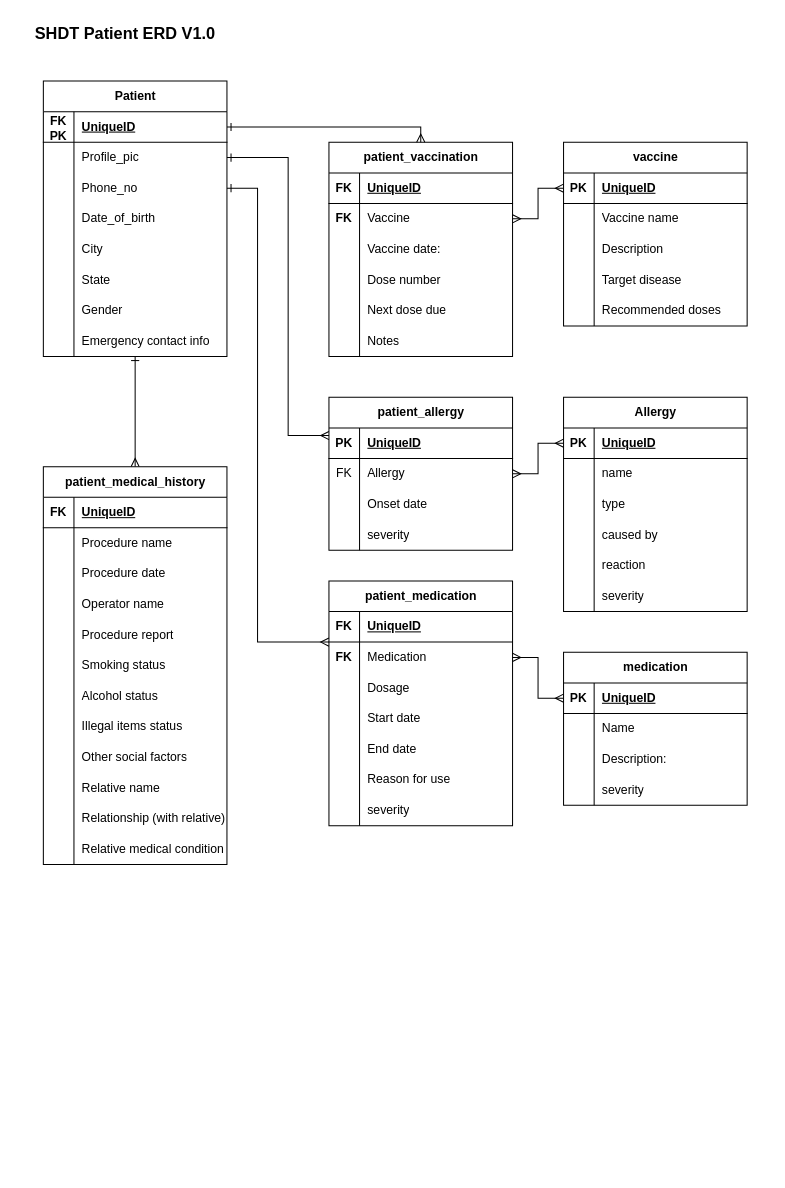
Before: Documentation/Design/user/Patient_ER_Diagram.drawio in adityadorge/Secure-Healthcare-Data-Transfer, a draw.io diagram. Source tidied: cells renumbered, new cells numbered last; positions are measured from the earlier drawing's top-left corner, leaving out a move shared by most shapes. Both pictures are drawn from the tidied source at 102%, with x=0, y=0 at pixel (22, 17).
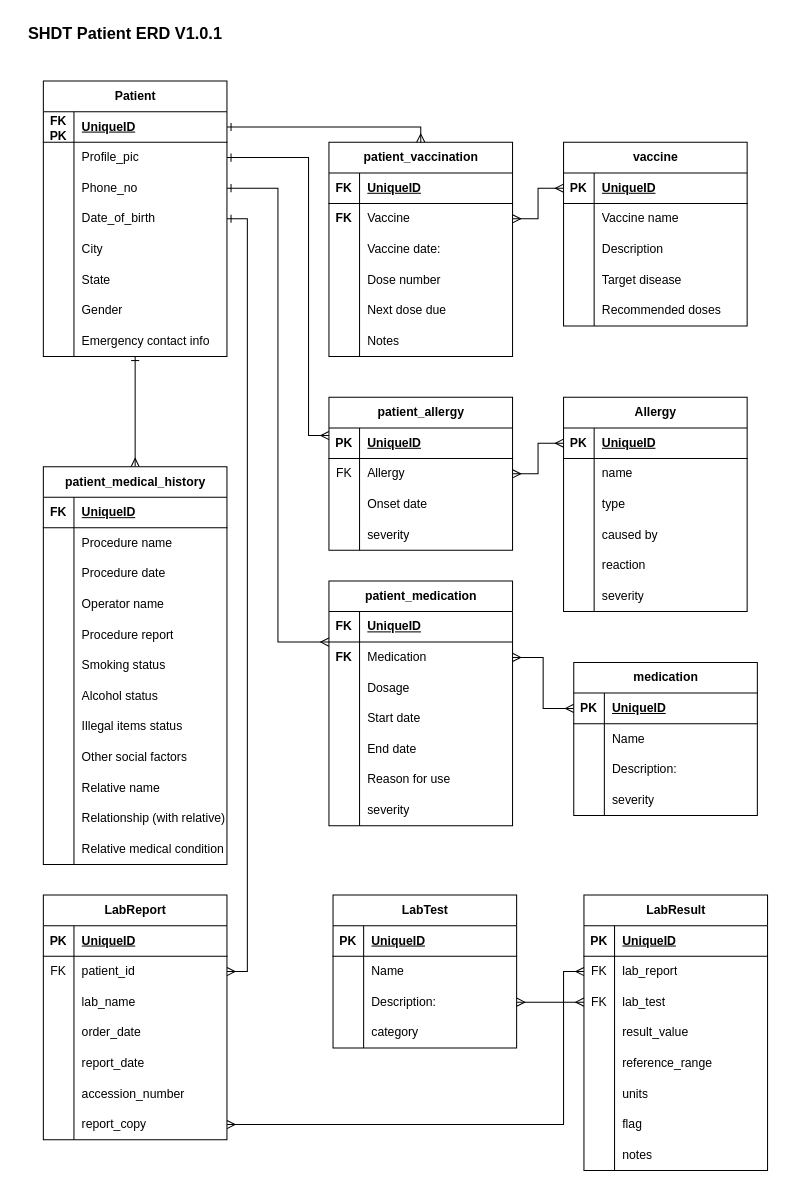
Above is the later version.

Commit message (it also covers changes not shown here):
add lab reports to patient models

Unchanged cells that the change refers to:
```xml
<mxCell id="7" style="shape=tableRow;horizontal=0;startSize=0;swimlaneHead=0;swimlaneBody=0;fillColor=none;points=[[0,0.5],[1,0.5]];portConstraint=eastwest;top=0;left=0;right=0;bottom=0;" parent="3" vertex="1">
  <mxGeometry y="60" width="180" height="30" as="geometry" />
</mxCell>
<mxCell id="10" style="shape=tableRow;horizontal=0;startSize=0;swimlaneHead=0;swimlaneBody=0;fillColor=none;points=[[0,0.5],[1,0.5]];portConstraint=eastwest;top=0;left=0;right=0;bottom=0;" parent="3" vertex="1">
  <mxGeometry y="90" width="180" height="30" as="geometry" />
</mxCell>
<mxCell id="13" style="shape=tableRow;horizontal=0;startSize=0;swimlaneHead=0;swimlaneBody=0;fillColor=none;points=[[0,0.5],[1,0.5]];portConstraint=eastwest;top=0;left=0;right=0;bottom=0;" parent="3" vertex="1">
  <mxGeometry y="120" width="180" height="30" as="geometry" />
</mxCell>
<mxCell id="47" value="patient_medication" style="shape=table;startSize=30;childLayout=tableLayout;rowLines=0;fontStyle=1;align=center;html=1;" parent="1" vertex="1">
  <mxGeometry x="300" y="552" width="180" height="240" as="geometry" />
</mxCell>
<mxCell id="51" style="shape=tableRow;horizontal=0;startSize=0;swimlaneHead=0;swimlaneBody=0;fillColor=none;points=[[0,0.5],[1,0.5]];portConstraint=eastwest;top=0;left=0;right=0;bottom=0;" parent="47" vertex="1">
  <mxGeometry y="60" width="180" height="30" as="geometry" />
</mxCell>
<mxCell id="106" value="patient_allergy" style="shape=table;startSize=30;childLayout=tableLayout;rowLines=0;fontStyle=1;align=center;html=1;" parent="1" vertex="1">
  <mxGeometry x="300" y="372" width="180" height="150" as="geometry" />
</mxCell>
<mxCell id="158" style="shape=tableRow;horizontal=0;startSize=0;swimlaneHead=0;swimlaneBody=0;fillColor=none;points=[[0,0.5],[1,0.5]];portConstraint=eastwest;top=0;left=0;right=0;bottom=1;" parent="157" vertex="1">
  <mxGeometry y="30" width="180" height="30" as="geometry" />
</mxCell>
<mxCell id="164" style="shape=tableRow;horizontal=0;startSize=0;swimlaneHead=0;swimlaneBody=0;fillColor=none;points=[[0,0.5],[1,0.5]];portConstraint=eastwest;top=0;left=0;right=0;bottom=0;" parent="157" vertex="1">
  <mxGeometry y="90" width="180" height="30" as="geometry" />
</mxCell>
<mxCell id="167" style="shape=tableRow;horizontal=0;startSize=0;swimlaneHead=0;swimlaneBody=0;fillColor=none;top=0;left=0;right=0;bottom=0;" parent="157" vertex="1">
  <mxGeometry y="120" width="180" height="30" as="geometry" />
</mxCell>
```

The edit, as a diff of the source:
```diff
@@
     <mxCell id="119" style="edgeStyle=orthogonalEdgeStyle;rounded=0;jettySize=auto;html=1;entryX=0;entryY=0.25;entryDx=0;entryDy=0;startArrow=ERone;startFill=0;endArrow=ERmany;endFill=0;exitX=1;exitY=0.5;exitDx=0;exitDy=0;" parent="1" edge="1" source="10" target="47">
       <mxGeometry relative="1" as="geometry">
         <Array as="points">
-          <mxPoint x="230" y="167" />
-          <mxPoint x="230" y="612" />
+          <mxPoint x="250" y="167" />
+          <mxPoint x="250" y="612" />
         </Array>
       </mxGeometry>
     </mxCell>
@@
     <mxCell id="121" style="edgeStyle=orthogonalEdgeStyle;rounded=0;jettySize=auto;html=1;exitX=1;exitY=0.5;exitDx=0;exitDy=0;entryX=0;entryY=0.25;entryDx=0;entryDy=0;startArrow=ERone;startFill=0;endArrow=ERmany;endFill=0;" parent="1" edge="1" source="7" target="106">
       <mxGeometry relative="1" as="geometry">
         <Array as="points">
-          <mxPoint x="260" y="137" />
-          <mxPoint x="260" y="410" />
-          <mxPoint x="300" y="410" />
+          <mxPoint x="280" y="137" />
+          <mxPoint x="280" y="410" />
         </Array>
       </mxGeometry>
     </mxCell>
@@
-    <mxCell id="157" value="medication" style="shape=table;startSize=30;childLayout=tableLayout;rowLines=0;fontStyle=1;align=center;html=1;" parent="1" vertex="1">
-      <mxGeometry x="530" y="622" width="180" height="150" as="geometry" />
+    <mxCell id="157" value="LabTest" style="shape=table;startSize=30;childLayout=tableLayout;rowLines=0;fontStyle=1;align=center;html=1;" parent="1" vertex="1">
+      <mxGeometry x="304" y="860" width="180" height="150" as="geometry" />
     </mxCell>
@@
-    <mxCell id="169" value="severity" style="shape=partialRectangle;fillColor=none;top=0;left=0;bottom=0;right=0;align=left;spacingLeft=6;overflow=hidden;whiteSpace=wrap;html=1;" parent="167" vertex="1">
+    <mxCell id="169" value="category" style="shape=partialRectangle;fillColor=none;top=0;left=0;bottom=0;right=0;align=left;spacingLeft=6;overflow=hidden;whiteSpace=wrap;html=1;" parent="167" vertex="1">
       <mxGeometry x="30" width="150" height="30" as="geometry" />
     </mxCell>
@@
-    <mxCell id="172" style="edgeStyle=orthogonalEdgeStyle;rounded=0;jettySize=auto;html=1;exitX=1;exitY=0.5;exitDx=0;exitDy=0;entryX=0;entryY=0.5;entryDx=0;entryDy=0;startArrow=ERmany;startFill=0;endArrow=ERmany;endFill=0;" parent="1" edge="1" source="51" target="158">
+    <mxCell id="172" style="edgeStyle=orthogonalEdgeStyle;rounded=0;jettySize=auto;html=1;exitX=1;exitY=0.5;exitDx=0;exitDy=0;startArrow=ERmany;startFill=0;endArrow=ERmany;endFill=0;" parent="1" edge="1" source="51" target="222">
       <mxGeometry relative="1" as="geometry" />
     </mxCell>
-    <mxCell id="173" value="&lt;b&gt;&lt;font style=&quot;font-size: 16px;&quot;&gt;SHDT Patient ERD V1.0&lt;/font&gt;&lt;/b&gt;" style="text;html=1;align=center;verticalAlign=middle;strokeColor=none;fillColor=none;" parent="1" vertex="1">
-      <mxGeometry width="200" height="30" as="geometry" />
+    <mxCell id="173" value="&lt;b&gt;&lt;font style=&quot;font-size: 16px;&quot;&gt;SHDT Patient ERD V1.0.1&lt;/font&gt;&lt;/b&gt;" style="text;html=1;align=center;verticalAlign=middle;strokeColor=none;fillColor=none;" parent="1" vertex="1">
+      <mxGeometry x="-5" width="210" height="30" as="geometry" />
     </mxCell>
+    <mxCell id="174" value="LabReport" style="shape=table;startSize=30;childLayout=tableLayout;rowLines=0;fontStyle=1;align=center;html=1;" parent="1" vertex="1">
+      <mxGeometry x="20" y="860" width="180" height="240" as="geometry" />
+    </mxCell>
+    <mxCell id="175" style="shape=tableRow;horizontal=0;startSize=0;swimlaneHead=0;swimlaneBody=0;fillColor=none;top=0;left=0;right=0;bottom=1;" parent="174" vertex="1">
+      <mxGeometry y="30" width="180" height="30" as="geometry" />
+    </mxCell>
+    <mxCell id="176" value="PK" style="shape=partialRectangle;fillColor=none;top=0;left=0;bottom=0;right=0;fontStyle=1;overflow=hidden;whiteSpace=wrap;html=1;" parent="175" vertex="1">
+      <mxGeometry width="30" height="30" as="geometry" />
+    </mxCell>
+    <mxCell id="177" value="UniqueID" style="shape=partialRectangle;fillColor=none;top=0;left=0;bottom=0;right=0;align=left;spacingLeft=6;fontStyle=5;overflow=hidden;whiteSpace=wrap;html=1;" parent="175" vertex="1">
+      <mxGeometry x="30" width="150" height="30" as="geometry" />
+    </mxCell>
+    <mxCell id="178" style="shape=tableRow;horizontal=0;startSize=0;swimlaneHead=0;swimlaneBody=0;fillColor=none;points=[[0,0.5],[1,0.5]];portConstraint=eastwest;top=0;left=0;right=0;bottom=0;" parent="174" vertex="1">
+      <mxGeometry y="60" width="180" height="30" as="geometry" />
+    </mxCell>
+    <mxCell id="179" value="FK" style="shape=partialRectangle;fillColor=none;top=0;left=0;bottom=0;right=0;overflow=hidden;whiteSpace=wrap;html=1;" parent="178" vertex="1">
+      <mxGeometry width="30" height="30" as="geometry" />
+    </mxCell>
+    <mxCell id="180" value="patient_id" style="shape=partialRectangle;fillColor=none;top=0;left=0;bottom=0;right=0;align=left;spacingLeft=6;overflow=hidden;whiteSpace=wrap;html=1;" parent="178" vertex="1">
+      <mxGeometry x="30" width="150" height="30" as="geometry" />
+    </mxCell>
+    <mxCell id="181" style="shape=tableRow;horizontal=0;startSize=0;swimlaneHead=0;swimlaneBody=0;fillColor=none;top=0;left=0;right=0;bottom=0;" parent="174" vertex="1">
+      <mxGeometry y="90" width="180" height="30" as="geometry" />
+    </mxCell>
+    <mxCell id="182" style="shape=partialRectangle;fillColor=none;top=0;left=0;bottom=0;right=0;overflow=hidden;whiteSpace=wrap;html=1;" parent="181" vertex="1">
+      <mxGeometry width="30" height="30" as="geometry" />
+    </mxCell>
+    <mxCell id="183" value="lab_name" style="shape=partialRectangle;fillColor=none;top=0;left=0;bottom=0;right=0;align=left;spacingLeft=6;overflow=hidden;whiteSpace=wrap;html=1;" parent="181" vertex="1">
+      <mxGeometry x="30" width="150" height="30" as="geometry" />
+    </mxCell>
+    <mxCell id="184" style="shape=tableRow;horizontal=0;startSize=0;swimlaneHead=0;swimlaneBody=0;fillColor=none;top=0;left=0;right=0;bottom=0;" parent="174" vertex="1">
+      <mxGeometry y="120" width="180" height="30" as="geometry" />
+    </mxCell>
+    <mxCell id="185" style="shape=partialRectangle;fillColor=none;top=0;left=0;bottom=0;right=0;overflow=hidden;whiteSpace=wrap;html=1;" parent="184" vertex="1">
+      <mxGeometry width="30" height="30" as="geometry" />
+    </mxCell>
+    <mxCell id="186" value="order_date" style="shape=partialRectangle;fillColor=none;top=0;left=0;bottom=0;right=0;align=left;spacingLeft=6;overflow=hidden;whiteSpace=wrap;html=1;" parent="184" vertex="1">
+      <mxGeometry x="30" width="150" height="30" as="geometry" />
+    </mxCell>
+    <mxCell id="187" style="shape=tableRow;horizontal=0;startSize=0;swimlaneHead=0;swimlaneBody=0;fillColor=none;top=0;left=0;right=0;bottom=0;" parent="174" vertex="1">
+      <mxGeometry y="150" width="180" height="30" as="geometry" />
+    </mxCell>
+    <mxCell id="188" style="shape=partialRectangle;fillColor=none;top=0;left=0;bottom=0;right=0;overflow=hidden;whiteSpace=wrap;html=1;" parent="187" vertex="1">
+      <mxGeometry width="30" height="30" as="geometry" />
+    </mxCell>
+    <mxCell id="189" value="report_date" style="shape=partialRectangle;fillColor=none;top=0;left=0;bottom=0;right=0;align=left;spacingLeft=6;overflow=hidden;whiteSpace=wrap;html=1;" parent="187" vertex="1">
+      <mxGeometry x="30" width="150" height="30" as="geometry" />
+    </mxCell>
+    <mxCell id="190" style="shape=tableRow;horizontal=0;startSize=0;swimlaneHead=0;swimlaneBody=0;fillColor=none;top=0;left=0;right=0;bottom=0;" parent="174" vertex="1">
+      <mxGeometry y="180" width="180" height="30" as="geometry" />
+    </mxCell>
+    <mxCell id="191" style="shape=partialRectangle;fillColor=none;top=0;left=0;bottom=0;right=0;overflow=hidden;whiteSpace=wrap;html=1;" parent="190" vertex="1">
+      <mxGeometry width="30" height="30" as="geometry" />
+    </mxCell>
+    <mxCell id="192" value="accession_number" style="shape=partialRectangle;fillColor=none;top=0;left=0;bottom=0;right=0;align=left;spacingLeft=6;overflow=hidden;whiteSpace=wrap;html=1;" parent="190" vertex="1">
+      <mxGeometry x="30" width="150" height="30" as="geometry" />
+    </mxCell>
+    <mxCell id="193" style="shape=tableRow;horizontal=0;startSize=0;swimlaneHead=0;swimlaneBody=0;fillColor=none;points=[[0,0.5],[1,0.5]];portConstraint=eastwest;top=0;left=0;right=0;bottom=0;" parent="174" vertex="1">
+      <mxGeometry y="210" width="180" height="30" as="geometry" />
+    </mxCell>
+    <mxCell id="194" style="shape=partialRectangle;fillColor=none;top=0;left=0;bottom=0;right=0;overflow=hidden;whiteSpace=wrap;html=1;" parent="193" vertex="1">
+      <mxGeometry width="30" height="30" as="geometry" />
+    </mxCell>
+    <mxCell id="195" value="report_copy" style="shape=partialRectangle;fillColor=none;top=0;left=0;bottom=0;right=0;align=left;spacingLeft=6;overflow=hidden;whiteSpace=wrap;html=1;" parent="193" vertex="1">
+      <mxGeometry x="30" width="150" height="30" as="geometry" />
+    </mxCell>
+    <mxCell id="196" value="LabResult" style="shape=table;startSize=30;childLayout=tableLayout;rowLines=0;fontStyle=1;align=center;html=1;" parent="1" vertex="1">
+      <mxGeometry x="550" y="860" width="180" height="270" as="geometry" />
+    </mxCell>
+    <mxCell id="197" style="shape=tableRow;horizontal=0;startSize=0;swimlaneHead=0;swimlaneBody=0;fillColor=none;top=0;left=0;right=0;bottom=1;" parent="196" vertex="1">
+      <mxGeometry y="30" width="180" height="30" as="geometry" />
+    </mxCell>
+    <mxCell id="198" value="PK" style="shape=partialRectangle;fillColor=none;top=0;left=0;bottom=0;right=0;fontStyle=1;overflow=hidden;whiteSpace=wrap;html=1;" parent="197" vertex="1">
+      <mxGeometry width="30" height="30" as="geometry" />
+    </mxCell>
+    <mxCell id="199" value="UniqueID" style="shape=partialRectangle;fillColor=none;top=0;left=0;bottom=0;right=0;align=left;spacingLeft=6;fontStyle=5;overflow=hidden;whiteSpace=wrap;html=1;" parent="197" vertex="1">
+      <mxGeometry x="30" width="150" height="30" as="geometry" />
+    </mxCell>
+    <mxCell id="200" style="shape=tableRow;horizontal=0;startSize=0;swimlaneHead=0;swimlaneBody=0;fillColor=none;points=[[0,0.5],[1,0.5]];portConstraint=eastwest;top=0;left=0;right=0;bottom=0;" parent="196" vertex="1">
+      <mxGeometry y="60" width="180" height="30" as="geometry" />
+    </mxCell>
+    <mxCell id="201" value="FK" style="shape=partialRectangle;fillColor=none;top=0;left=0;bottom=0;right=0;overflow=hidden;whiteSpace=wrap;html=1;" parent="200" vertex="1">
+      <mxGeometry width="30" height="30" as="geometry" />
+    </mxCell>
+    <mxCell id="202" value="lab_report" style="shape=partialRectangle;fillColor=none;top=0;left=0;bottom=0;right=0;align=left;spacingLeft=6;overflow=hidden;whiteSpace=wrap;html=1;" parent="200" vertex="1">
+      <mxGeometry x="30" width="150" height="30" as="geometry" />
+    </mxCell>
+    <mxCell id="203" style="shape=tableRow;horizontal=0;startSize=0;swimlaneHead=0;swimlaneBody=0;fillColor=none;points=[[0,0.5],[1,0.5]];portConstraint=eastwest;top=0;left=0;right=0;bottom=0;" parent="196" vertex="1">
+      <mxGeometry y="90" width="180" height="30" as="geometry" />
+    </mxCell>
+    <mxCell id="204" value="FK" style="shape=partialRectangle;fillColor=none;top=0;left=0;bottom=0;right=0;overflow=hidden;whiteSpace=wrap;html=1;" parent="203" vertex="1">
+      <mxGeometry width="30" height="30" as="geometry" />
+    </mxCell>
+    <mxCell id="205" value="lab_test" style="shape=partialRectangle;fillColor=none;top=0;left=0;bottom=0;right=0;align=left;spacingLeft=6;overflow=hidden;whiteSpace=wrap;html=1;" parent="203" vertex="1">
+      <mxGeometry x="30" width="150" height="30" as="geometry" />
+    </mxCell>
+    <mxCell id="206" style="shape=tableRow;horizontal=0;startSize=0;swimlaneHead=0;swimlaneBody=0;fillColor=none;top=0;left=0;right=0;bottom=0;" parent="196" vertex="1">
+      <mxGeometry y="120" width="180" height="30" as="geometry" />
+    </mxCell>
+    <mxCell id="207" style="shape=partialRectangle;fillColor=none;top=0;left=0;bottom=0;right=0;overflow=hidden;whiteSpace=wrap;html=1;" parent="206" vertex="1">
+      <mxGeometry width="30" height="30" as="geometry" />
+    </mxCell>
+    <mxCell id="208" value="result_value" style="shape=partialRectangle;fillColor=none;top=0;left=0;bottom=0;right=0;align=left;spacingLeft=6;overflow=hidden;whiteSpace=wrap;html=1;" parent="206" vertex="1">
+      <mxGeometry x="30" width="150" height="30" as="geometry" />
+    </mxCell>
+    <mxCell id="209" style="shape=tableRow;horizontal=0;startSize=0;swimlaneHead=0;swimlaneBody=0;fillColor=none;top=0;left=0;right=0;bottom=0;" parent="196" vertex="1">
+      <mxGeometry y="150" width="180" height="30" as="geometry" />
+    </mxCell>
+    <mxCell id="210" style="shape=partialRectangle;fillColor=none;top=0;left=0;bottom=0;right=0;overflow=hidden;whiteSpace=wrap;html=1;" parent="209" vertex="1">
+      <mxGeometry width="30" height="30" as="geometry" />
+    </mxCell>
+    <mxCell id="211" value="reference_range" style="shape=partialRectangle;fillColor=none;top=0;left=0;bottom=0;right=0;align=left;spacingLeft=6;overflow=hidden;whiteSpace=wrap;html=1;" parent="209" vertex="1">
+      <mxGeometry x="30" width="150" height="30" as="geometry" />
+    </mxCell>
+    <mxCell id="212" style="shape=tableRow;horizontal=0;startSize=0;swimlaneHead=0;swimlaneBody=0;fillColor=none;top=0;left=0;right=0;bottom=0;" parent="196" vertex="1">
+      <mxGeometry y="180" width="180" height="30" as="geometry" />
+    </mxCell>
+    <mxCell id="213" style="shape=partialRectangle;fillColor=none;top=0;left=0;bottom=0;right=0;overflow=hidden;whiteSpace=wrap;html=1;" parent="212" vertex="1">
+      <mxGeometry width="30" height="30" as="geometry" />
+    </mxCell>
+    <mxCell id="214" value="units" style="shape=partialRectangle;fillColor=none;top=0;left=0;bottom=0;right=0;align=left;spacingLeft=6;overflow=hidden;whiteSpace=wrap;html=1;" parent="212" vertex="1">
+      <mxGeometry x="30" width="150" height="30" as="geometry" />
+    </mxCell>
+    <mxCell id="215" style="shape=tableRow;horizontal=0;startSize=0;swimlaneHead=0;swimlaneBody=0;fillColor=none;top=0;left=0;right=0;bottom=0;" parent="196" vertex="1">
+      <mxGeometry y="210" width="180" height="30" as="geometry" />
+    </mxCell>
+    <mxCell id="216" style="shape=partialRectangle;fillColor=none;top=0;left=0;bottom=0;right=0;overflow=hidden;whiteSpace=wrap;html=1;" parent="215" vertex="1">
+      <mxGeometry width="30" height="30" as="geometry" />
+    </mxCell>
+    <mxCell id="217" value="flag" style="shape=partialRectangle;fillColor=none;top=0;left=0;bottom=0;right=0;align=left;spacingLeft=6;overflow=hidden;whiteSpace=wrap;html=1;" parent="215" vertex="1">
+      <mxGeometry x="30" width="150" height="30" as="geometry" />
+    </mxCell>
+    <mxCell id="218" style="shape=tableRow;horizontal=0;startSize=0;swimlaneHead=0;swimlaneBody=0;fillColor=none;top=0;left=0;right=0;bottom=0;" parent="196" vertex="1">
+      <mxGeometry y="240" width="180" height="30" as="geometry" />
+    </mxCell>
+    <mxCell id="219" style="shape=partialRectangle;fillColor=none;top=0;left=0;bottom=0;right=0;overflow=hidden;whiteSpace=wrap;html=1;" parent="218" vertex="1">
+      <mxGeometry width="30" height="30" as="geometry" />
+    </mxCell>
+    <mxCell id="220" value="notes" style="shape=partialRectangle;fillColor=none;top=0;left=0;bottom=0;right=0;align=left;spacingLeft=6;overflow=hidden;whiteSpace=wrap;html=1;" parent="218" vertex="1">
+      <mxGeometry x="30" width="150" height="30" as="geometry" />
+    </mxCell>
+    <mxCell id="221" value="medication" style="shape=table;startSize=30;childLayout=tableLayout;rowLines=0;fontStyle=1;align=center;html=1;" parent="1" vertex="1">
+      <mxGeometry x="540" y="632" width="180" height="150" as="geometry" />
+    </mxCell>
+    <mxCell id="222" style="shape=tableRow;horizontal=0;startSize=0;swimlaneHead=0;swimlaneBody=0;fillColor=none;points=[[0,0.5],[1,0.5]];portConstraint=eastwest;top=0;left=0;right=0;bottom=1;" parent="221" vertex="1">
+      <mxGeometry y="30" width="180" height="30" as="geometry" />
+    </mxCell>
+    <mxCell id="223" value="PK" style="shape=partialRectangle;fillColor=none;top=0;left=0;bottom=0;right=0;fontStyle=1;overflow=hidden;whiteSpace=wrap;html=1;" parent="222" vertex="1">
+      <mxGeometry width="30" height="30" as="geometry" />
+    </mxCell>
+    <mxCell id="224" value="UniqueID" style="shape=partialRectangle;fillColor=none;top=0;left=0;bottom=0;right=0;align=left;spacingLeft=6;fontStyle=5;overflow=hidden;whiteSpace=wrap;html=1;" parent="222" vertex="1">
+      <mxGeometry x="30" width="150" height="30" as="geometry" />
+    </mxCell>
+    <mxCell id="225" style="shape=tableRow;horizontal=0;startSize=0;swimlaneHead=0;swimlaneBody=0;fillColor=none;top=0;left=0;right=0;bottom=0;" parent="221" vertex="1">
+      <mxGeometry y="60" width="180" height="30" as="geometry" />
+    </mxCell>
+    <mxCell id="226" style="shape=partialRectangle;fillColor=none;top=0;left=0;bottom=0;right=0;overflow=hidden;whiteSpace=wrap;html=1;" parent="225" vertex="1">
+      <mxGeometry width="30" height="30" as="geometry" />
+    </mxCell>
+    <mxCell id="227" value="Name" style="shape=partialRectangle;fillColor=none;top=0;left=0;bottom=0;right=0;align=left;spacingLeft=6;overflow=hidden;whiteSpace=wrap;html=1;" parent="225" vertex="1">
+      <mxGeometry x="30" width="150" height="30" as="geometry" />
+    </mxCell>
+    <mxCell id="228" style="shape=tableRow;horizontal=0;startSize=0;swimlaneHead=0;swimlaneBody=0;fillColor=none;top=0;left=0;right=0;bottom=0;" parent="221" vertex="1">
+      <mxGeometry y="90" width="180" height="30" as="geometry" />
+    </mxCell>
+    <mxCell id="229" style="shape=partialRectangle;fillColor=none;top=0;left=0;bottom=0;right=0;overflow=hidden;whiteSpace=wrap;html=1;" parent="228" vertex="1">
+      <mxGeometry width="30" height="30" as="geometry" />
+    </mxCell>
+    <mxCell id="230" value="&lt;div&gt;Description:&lt;/div&gt;" style="shape=partialRectangle;fillColor=none;top=0;left=0;bottom=0;right=0;align=left;spacingLeft=6;overflow=hidden;whiteSpace=wrap;html=1;" parent="228" vertex="1">
+      <mxGeometry x="30" width="150" height="30" as="geometry" />
+    </mxCell>
+    <mxCell id="231" style="shape=tableRow;horizontal=0;startSize=0;swimlaneHead=0;swimlaneBody=0;fillColor=none;top=0;left=0;right=0;bottom=0;" parent="221" vertex="1">
+      <mxGeometry y="120" width="180" height="30" as="geometry" />
+    </mxCell>
+    <mxCell id="232" style="shape=partialRectangle;fillColor=none;top=0;left=0;bottom=0;right=0;overflow=hidden;whiteSpace=wrap;html=1;" parent="231" vertex="1">
+      <mxGeometry width="30" height="30" as="geometry" />
+    </mxCell>
+    <mxCell id="233" value="severity" style="shape=partialRectangle;fillColor=none;top=0;left=0;bottom=0;right=0;align=left;spacingLeft=6;overflow=hidden;whiteSpace=wrap;html=1;" parent="231" vertex="1">
+      <mxGeometry x="30" width="150" height="30" as="geometry" />
+    </mxCell>
+    <mxCell id="234" style="edgeStyle=orthogonalEdgeStyle;rounded=0;jettySize=auto;html=1;exitX=1;exitY=0.5;exitDx=0;exitDy=0;entryX=1;entryY=0.5;entryDx=0;entryDy=0;startArrow=ERmany;startFill=0;endArrow=ERone;endFill=0;" parent="1" edge="1" source="178" target="13">
+      <mxGeometry relative="1" as="geometry" />
+    </mxCell>
+    <mxCell id="235" style="edgeStyle=orthogonalEdgeStyle;rounded=0;jettySize=auto;html=1;exitX=1;exitY=0.5;exitDx=0;exitDy=0;entryX=0;entryY=0.5;entryDx=0;entryDy=0;startArrow=ERmany;startFill=0;endArrow=ERmany;endFill=0;" parent="1" edge="1" source="193" target="200">
+      <mxGeometry relative="1" as="geometry">
+        <Array as="points">
+          <mxPoint x="530" y="1085" />
+          <mxPoint x="530" y="935" />
+        </Array>
+      </mxGeometry>
+    </mxCell>
+    <mxCell id="236" style="edgeStyle=orthogonalEdgeStyle;rounded=0;jettySize=auto;html=1;exitX=1;exitY=0.5;exitDx=0;exitDy=0;entryX=0;entryY=0.5;entryDx=0;entryDy=0;startArrow=ERmany;startFill=0;endArrow=ERmany;endFill=0;" parent="1" edge="1" source="164" target="203">
+      <mxGeometry relative="1" as="geometry" />
+    </mxCell>
```
